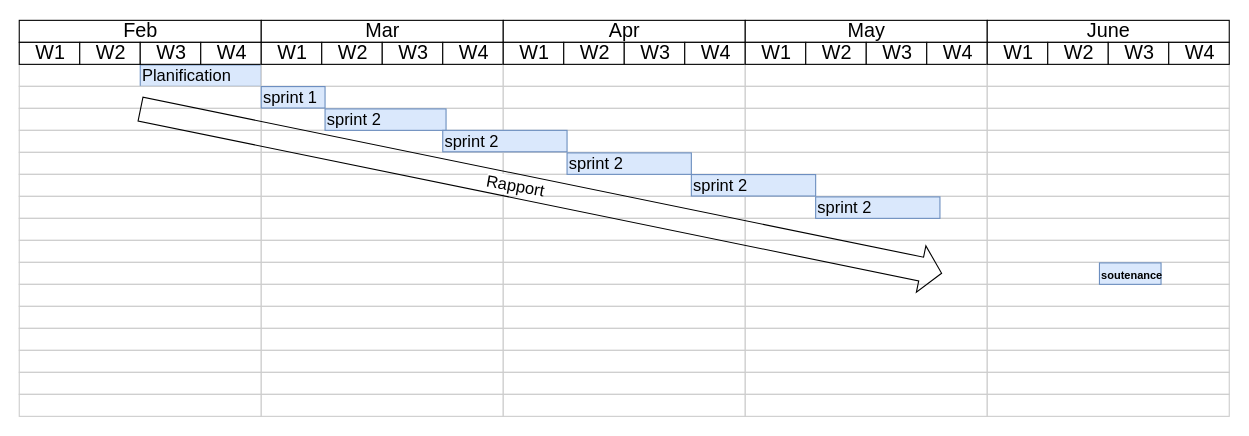
This is Digram de Classe/f.drawio from mohamedimem/event-, a draw.io file, before an edit. Source tidied: cells renumbered, new cells numbered last; positions are measured from the earlier drawing's top-left corner, leaving out a move shared by most shapes. Both pictures are drawn from the tidied source at 110%, with x=0, y=0 at pixel (19, 20).
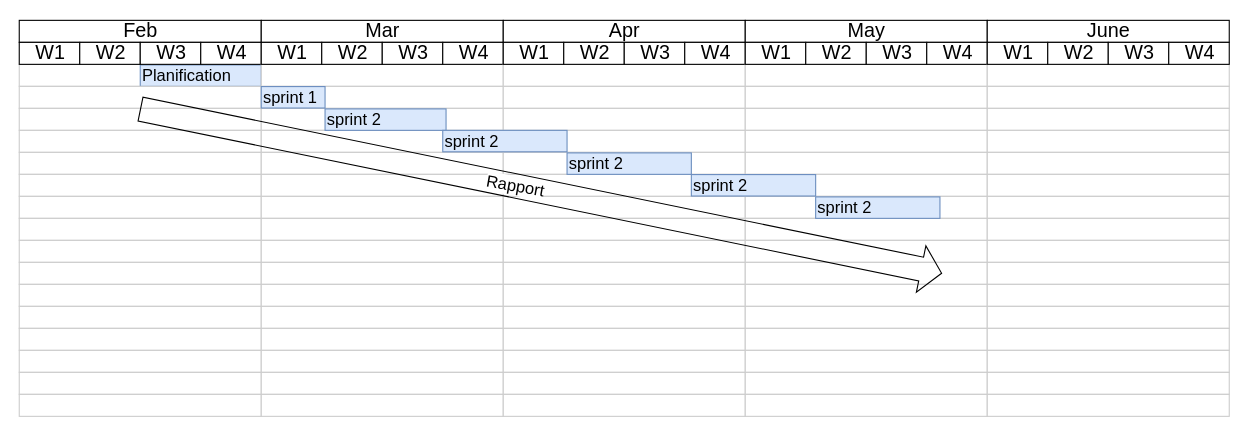
After the change.

Commit message:
Mettre à jour f.drawio

Change to the diagram source:
```diff
@@
-    <mxCell id="116" value="&lt;font style=&quot;font-size: 10px;&quot;&gt;&lt;font style=&quot;font-size: 10px;&quot;&gt;&lt;font style=&quot;font-size: 10px;&quot;&gt;&lt;font style=&quot;font-size: 11px;&quot;&gt;&lt;font style=&quot;font-size: 11px;&quot;&gt;&lt;font style=&quot;font-size: 10.5px;&quot;&gt;&lt;font style=&quot;font-size: 10.5px;&quot;&gt;&lt;font style=&quot;font-size: 10px;&quot;&gt;&lt;font style=&quot;font-size: 10px;&quot;&gt;&lt;b&gt;soutenance&lt;/b&gt;&lt;/font&gt;&lt;/font&gt;&lt;/font&gt;&lt;/font&gt;&lt;/font&gt;&lt;/font&gt;&lt;/font&gt;&lt;/font&gt;&lt;/font&gt;" style="align=left;strokeColor=#6c8ebf;html=1;fillColor=#dae8fc;fontSize=18;" parent="1" vertex="1">
-      <mxGeometry x="982" y="220.5" width="56" height="19.5" as="geometry" />
-    </mxCell>
```
